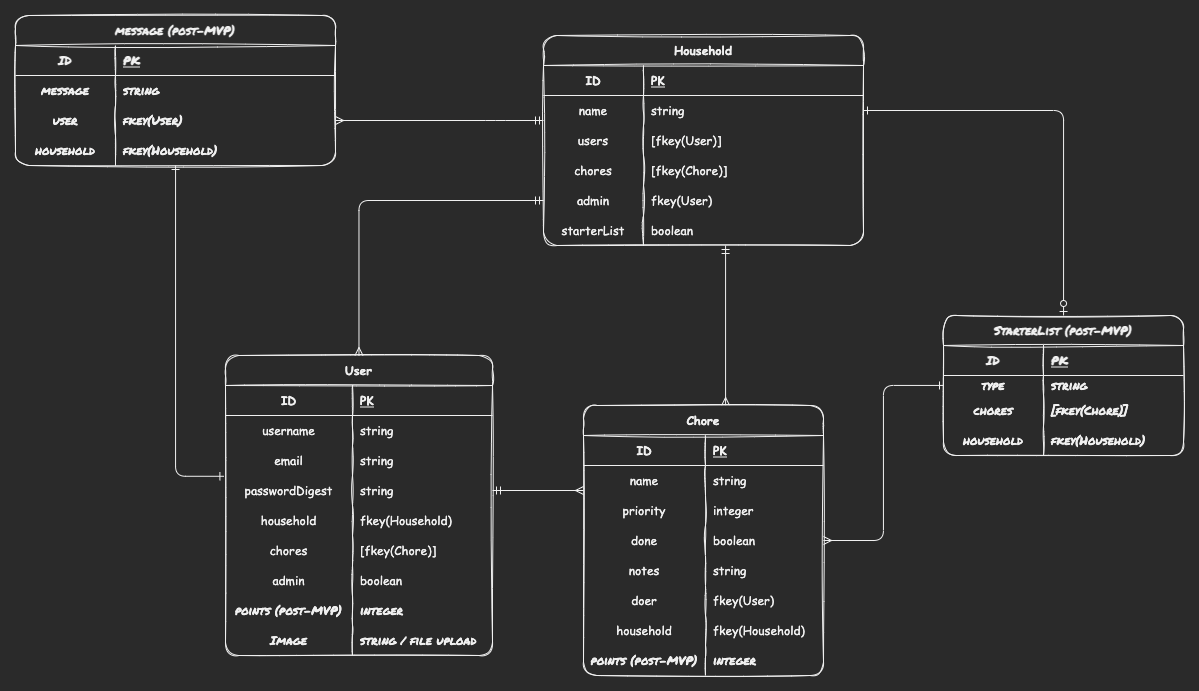
The draw.io diagram diagrams/erd-dark.png in benjaminobambino/chore-chart, before a commit. Source tidied: cells renumbered, new cells last; positions are measured from the earlier drawing's top-left corner, leaving out a move shared by most shapes.
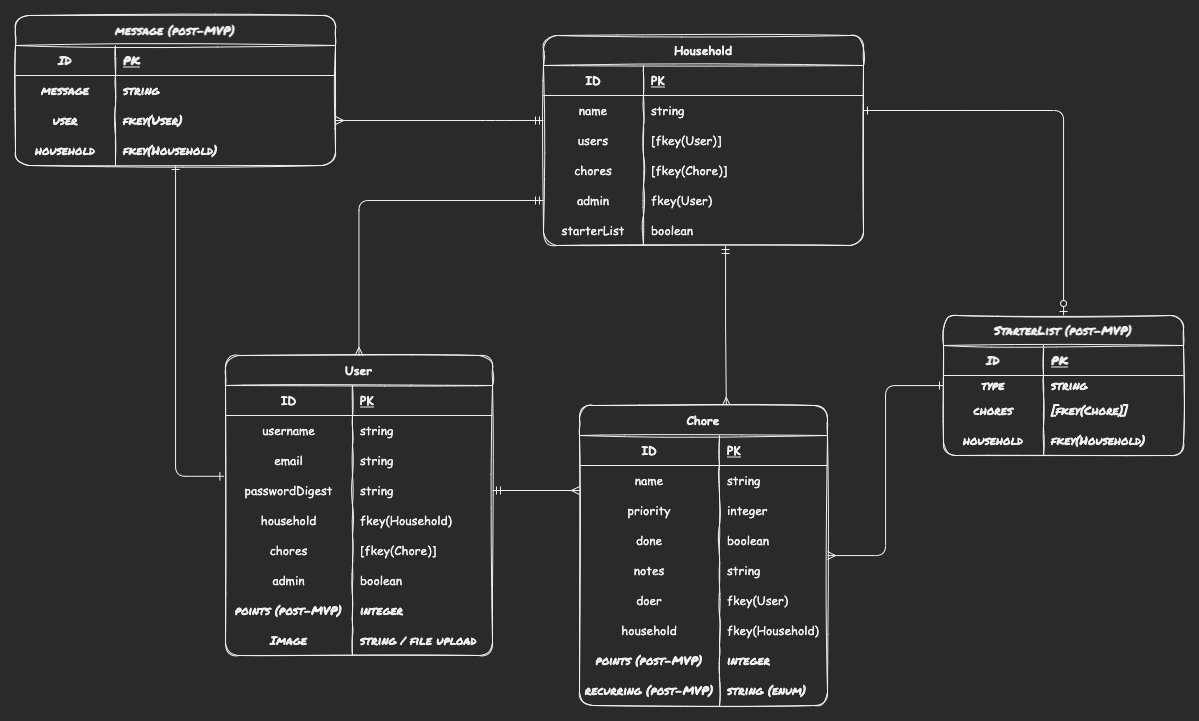
Above is the later version.

Commit message:
started readme and updated erd

What changed in the source:
```diff
@@ -169,80 +169,89 @@
       <mxGeometry relative="1" as="geometry" />
     </mxCell>
     <mxCell id="54" value="Chore" style="shape=table;startSize=30;rowLines=0;fontStyle=1;align=center;rounded=1;sketch=1;fontFamily=Comic Sans MS;" parent="1" vertex="1">
-      <mxGeometry x="568" y="390" width="240" height="270" as="geometry" />
+      <mxGeometry x="564" y="390" width="248" height="300" as="geometry" />
     </mxCell>
     <mxCell id="55" style="shape=partialRectangle;fillColor=none;top=0;left=0;bottom=1;right=0;fontFamily=Comic Sans MS;" parent="54" vertex="1">
-      <mxGeometry y="30" width="240" height="30" as="geometry" />
+      <mxGeometry y="30" width="248" height="30" as="geometry" />
     </mxCell>
     <mxCell id="56" value="ID" style="shape=partialRectangle;fillColor=none;top=0;left=0;bottom=0;right=0;fontStyle=1;overflow=hidden;fontFamily=Comic Sans MS;" parent="55" vertex="1">
-      <mxGeometry width="122" height="30" as="geometry" />
+      <mxGeometry width="140" height="30" as="geometry" />
     </mxCell>
     <mxCell id="57" value="PK" style="shape=partialRectangle;fillColor=none;top=0;left=0;bottom=0;right=0;align=left;spacingLeft=6;fontStyle=5;overflow=hidden;fontFamily=Comic Sans MS;" parent="55" vertex="1">
-      <mxGeometry x="122" width="118" height="30" as="geometry" />
+      <mxGeometry x="140" width="108" height="30" as="geometry" />
     </mxCell>
     <mxCell id="58" style="shape=partialRectangle;fillColor=none;top=0;left=0;bottom=0;right=0;fontFamily=Comic Sans MS;" parent="54" vertex="1">
-      <mxGeometry y="60" width="240" height="30" as="geometry" />
+      <mxGeometry y="60" width="248" height="30" as="geometry" />
     </mxCell>
     <mxCell id="59" value="name" style="shape=partialRectangle;fillColor=none;top=0;left=0;bottom=0;right=0;overflow=hidden;fontFamily=Comic Sans MS;" parent="58" vertex="1">
-      <mxGeometry width="122" height="30" as="geometry" />
+      <mxGeometry width="140" height="30" as="geometry" />
     </mxCell>
     <mxCell id="60" value="string" style="shape=partialRectangle;fillColor=none;top=0;left=0;bottom=0;right=0;align=left;spacingLeft=6;overflow=hidden;fontFamily=Comic Sans MS;" parent="58" vertex="1">
-      <mxGeometry x="122" width="118" height="30" as="geometry" />
+      <mxGeometry x="140" width="108" height="30" as="geometry" />
     </mxCell>
     <mxCell id="61" style="shape=partialRectangle;fillColor=none;top=0;left=0;bottom=0;right=0;fontFamily=Comic Sans MS;" parent="54" vertex="1">
-      <mxGeometry y="90" width="240" height="30" as="geometry" />
+      <mxGeometry y="90" width="248" height="30" as="geometry" />
     </mxCell>
     <mxCell id="62" value="priority" style="shape=partialRectangle;fillColor=none;top=0;left=0;bottom=0;right=0;overflow=hidden;fontFamily=Comic Sans MS;" parent="61" vertex="1">
-      <mxGeometry width="122" height="30" as="geometry" />
+      <mxGeometry width="140" height="30" as="geometry" />
     </mxCell>
     <mxCell id="63" value="integer" style="shape=partialRectangle;fillColor=none;top=0;left=0;bottom=0;right=0;align=left;spacingLeft=6;overflow=hidden;fontFamily=Comic Sans MS;" parent="61" vertex="1">
-      <mxGeometry x="122" width="118" height="30" as="geometry" />
+      <mxGeometry x="140" width="108" height="30" as="geometry" />
     </mxCell>
     <mxCell id="64" style="shape=partialRectangle;fillColor=none;top=0;left=0;bottom=0;right=0;fontFamily=Comic Sans MS;" parent="54" vertex="1">
-      <mxGeometry y="120" width="240" height="30" as="geometry" />
+      <mxGeometry y="120" width="248" height="30" as="geometry" />
     </mxCell>
     <mxCell id="65" value="done" style="shape=partialRectangle;fillColor=none;top=0;left=0;bottom=0;right=0;overflow=hidden;fontFamily=Comic Sans MS;" parent="64" vertex="1">
-      <mxGeometry width="122" height="30" as="geometry" />
+      <mxGeometry width="140" height="30" as="geometry" />
     </mxCell>
     <mxCell id="66" value="boolean" style="shape=partialRectangle;fillColor=none;top=0;left=0;bottom=0;right=0;align=left;spacingLeft=6;overflow=hidden;fontFamily=Comic Sans MS;" parent="64" vertex="1">
-      <mxGeometry x="122" width="118" height="30" as="geometry" />
+      <mxGeometry x="140" width="108" height="30" as="geometry" />
     </mxCell>
     <mxCell id="67" style="shape=partialRectangle;fillColor=none;top=0;left=0;bottom=0;right=0;fontFamily=Comic Sans MS;" parent="54" vertex="1">
-      <mxGeometry y="150" width="240" height="30" as="geometry" />
+      <mxGeometry y="150" width="248" height="30" as="geometry" />
     </mxCell>
     <mxCell id="68" value="notes" style="shape=partialRectangle;fillColor=none;top=0;left=0;bottom=0;right=0;overflow=hidden;fontFamily=Comic Sans MS;" parent="67" vertex="1">
-      <mxGeometry width="122" height="30" as="geometry" />
+      <mxGeometry width="140" height="30" as="geometry" />
     </mxCell>
     <mxCell id="69" value="string" style="shape=partialRectangle;fillColor=none;top=0;left=0;bottom=0;right=0;align=left;spacingLeft=6;overflow=hidden;fontFamily=Comic Sans MS;" parent="67" vertex="1">
-      <mxGeometry x="122" width="118" height="30" as="geometry" />
+      <mxGeometry x="140" width="108" height="30" as="geometry" />
     </mxCell>
     <mxCell id="70" style="shape=partialRectangle;fillColor=none;top=0;left=0;bottom=0;right=0;fontFamily=Comic Sans MS;" parent="54" vertex="1">
-      <mxGeometry y="180" width="240" height="30" as="geometry" />
+      <mxGeometry y="180" width="248" height="30" as="geometry" />
     </mxCell>
     <mxCell id="71" value="doer" style="shape=partialRectangle;fillColor=none;top=0;left=0;bottom=0;right=0;overflow=hidden;fontFamily=Comic Sans MS;" parent="70" vertex="1">
-      <mxGeometry width="122" height="30" as="geometry" />
+      <mxGeometry width="140" height="30" as="geometry" />
     </mxCell>
     <mxCell id="72" value="fkey(User)" style="shape=partialRectangle;fillColor=none;top=0;left=0;bottom=0;right=0;align=left;spacingLeft=6;overflow=hidden;fontFamily=Comic Sans MS;" parent="70" vertex="1">
-      <mxGeometry x="122" width="118" height="30" as="geometry" />
+      <mxGeometry x="140" width="108" height="30" as="geometry" />
     </mxCell>
     <mxCell id="73" style="shape=partialRectangle;fillColor=none;top=0;left=0;bottom=0;right=0;fontFamily=Comic Sans MS;" parent="54" vertex="1">
-      <mxGeometry y="210" width="240" height="30" as="geometry" />
+      <mxGeometry y="210" width="248" height="30" as="geometry" />
     </mxCell>
     <mxCell id="74" value="household" style="shape=partialRectangle;fillColor=none;top=0;left=0;bottom=0;right=0;overflow=hidden;fontFamily=Comic Sans MS;" parent="73" vertex="1">
-      <mxGeometry width="122" height="30" as="geometry" />
+      <mxGeometry width="140" height="30" as="geometry" />
     </mxCell>
     <mxCell id="75" value="fkey(Household)" style="shape=partialRectangle;fillColor=none;top=0;left=0;bottom=0;right=0;align=left;spacingLeft=6;overflow=hidden;fontFamily=Comic Sans MS;" parent="73" vertex="1">
-      <mxGeometry x="122" width="118" height="30" as="geometry" />
+      <mxGeometry x="140" width="108" height="30" as="geometry" />
     </mxCell>
     <mxCell id="76" style="shape=partialRectangle;fillColor=none;top=0;left=0;bottom=0;right=0;fontFamily=Comic Sans MS;" parent="54" vertex="1">
-      <mxGeometry y="240" width="240" height="30" as="geometry" />
+      <mxGeometry y="240" width="248" height="30" as="geometry" />
     </mxCell>
     <mxCell id="77" value="points (post-MVP)" style="shape=partialRectangle;fillColor=none;top=0;left=0;bottom=0;right=0;overflow=hidden;fontFamily=Permanent Marker;fontSource=https%3A%2F%2Ffonts.googleapis.com%2Fcss%3Ffamily%3DPermanent%2BMarker;" parent="76" vertex="1">
-      <mxGeometry width="122" height="30" as="geometry" />
+      <mxGeometry width="140" height="30" as="geometry" />
     </mxCell>
     <mxCell id="78" value="integer" style="shape=partialRectangle;fillColor=none;top=0;left=0;bottom=0;right=0;align=left;spacingLeft=6;overflow=hidden;fontFamily=Permanent Marker;fontSource=https%3A%2F%2Ffonts.googleapis.com%2Fcss%3Ffamily%3DPermanent%2BMarker;" parent="76" vertex="1">
-      <mxGeometry x="122" width="118" height="30" as="geometry" />
+      <mxGeometry x="140" width="108" height="30" as="geometry" />
     </mxCell>
+    <mxCell id="107" style="shape=partialRectangle;fillColor=none;top=0;left=0;bottom=0;right=0;fontFamily=Comic Sans MS;" parent="54" vertex="1">
+      <mxGeometry y="270" width="248" height="30" as="geometry" />
+    </mxCell>
+    <mxCell id="108" value="recurring (post-MVP)" style="shape=partialRectangle;fillColor=none;top=0;left=0;bottom=0;right=0;overflow=hidden;fontFamily=Permanent Marker;fontSource=https%3A%2F%2Ffonts.googleapis.com%2Fcss%3Ffamily%3DPermanent%2BMarker;" parent="107" vertex="1">
+      <mxGeometry width="140" height="30" as="geometry" />
+    </mxCell>
+    <mxCell id="109" value="string (enum)" style="shape=partialRectangle;fillColor=none;top=0;left=0;bottom=0;right=0;align=left;spacingLeft=6;overflow=hidden;fontFamily=Permanent Marker;fontSource=https%3A%2F%2Ffonts.googleapis.com%2Fcss%3Ffamily%3DPermanent%2BMarker;" parent="107" vertex="1">
+      <mxGeometry x="140" width="108" height="30" as="geometry" />
+    </mxCell>
     <mxCell id="79" style="edgeStyle=orthogonalEdgeStyle;rounded=1;jettySize=auto;html=1;fontFamily=Comic Sans MS;startArrow=ERzeroToOne;startFill=0;endArrow=ERone;endFill=0;entryX=1;entryY=0.5;entryDx=0;entryDy=0;" parent="1" edge="1" source="80" target="37">
       <mxGeometry relative="1" as="geometry" />
     </mxCell>
```
